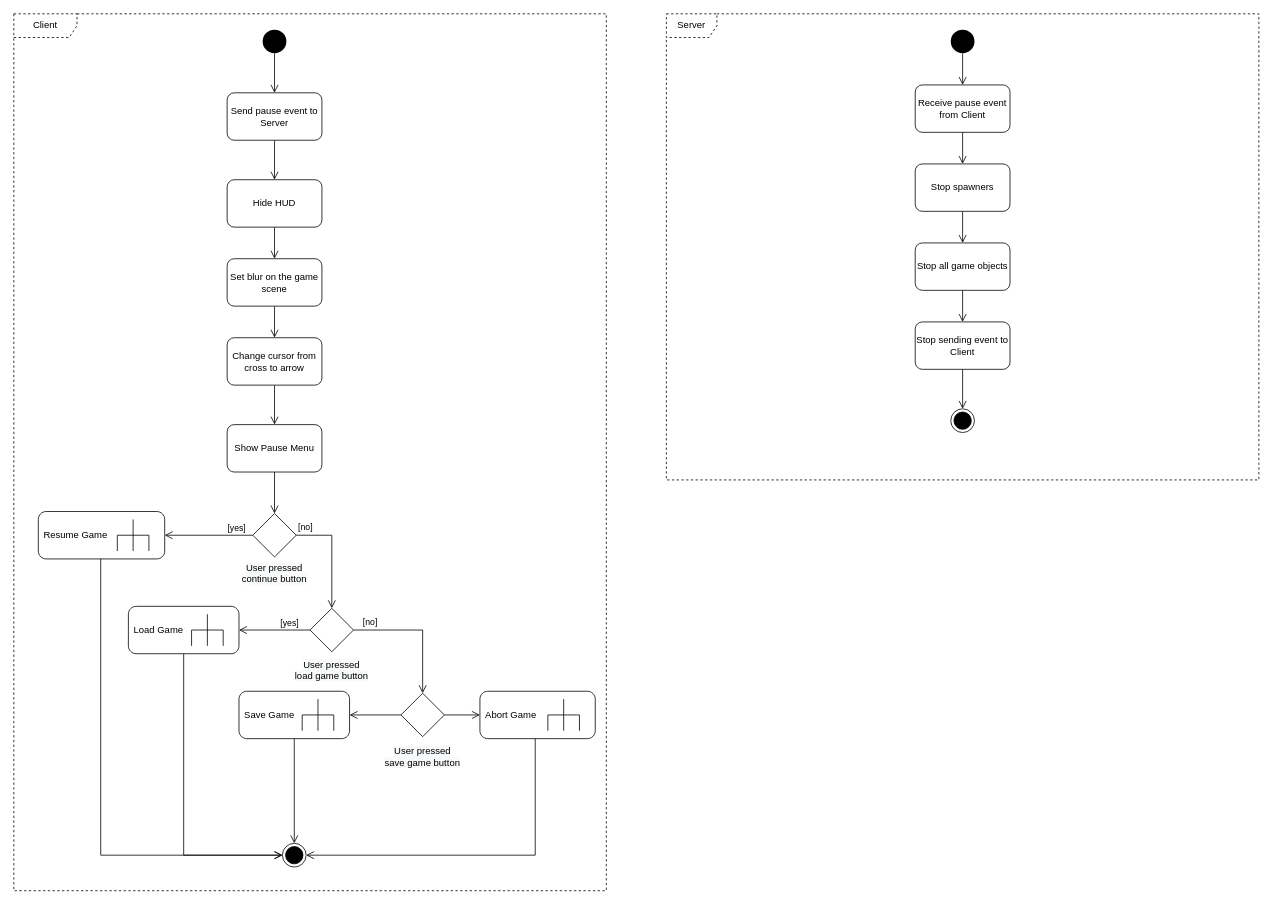
Above: doc/activity_diagrams/singleplayer/pause_game.drawio in TadekBiela/heisttown (draw.io), before the change. Source tidied: cells renumbered, new cells numbered last; positions are measured from the earlier drawing's top-left corner, leaving out a move shared by most shapes. Both pictures are drawn from the tidied source at 79%, with x=0, y=0 at pixel (13, 13).
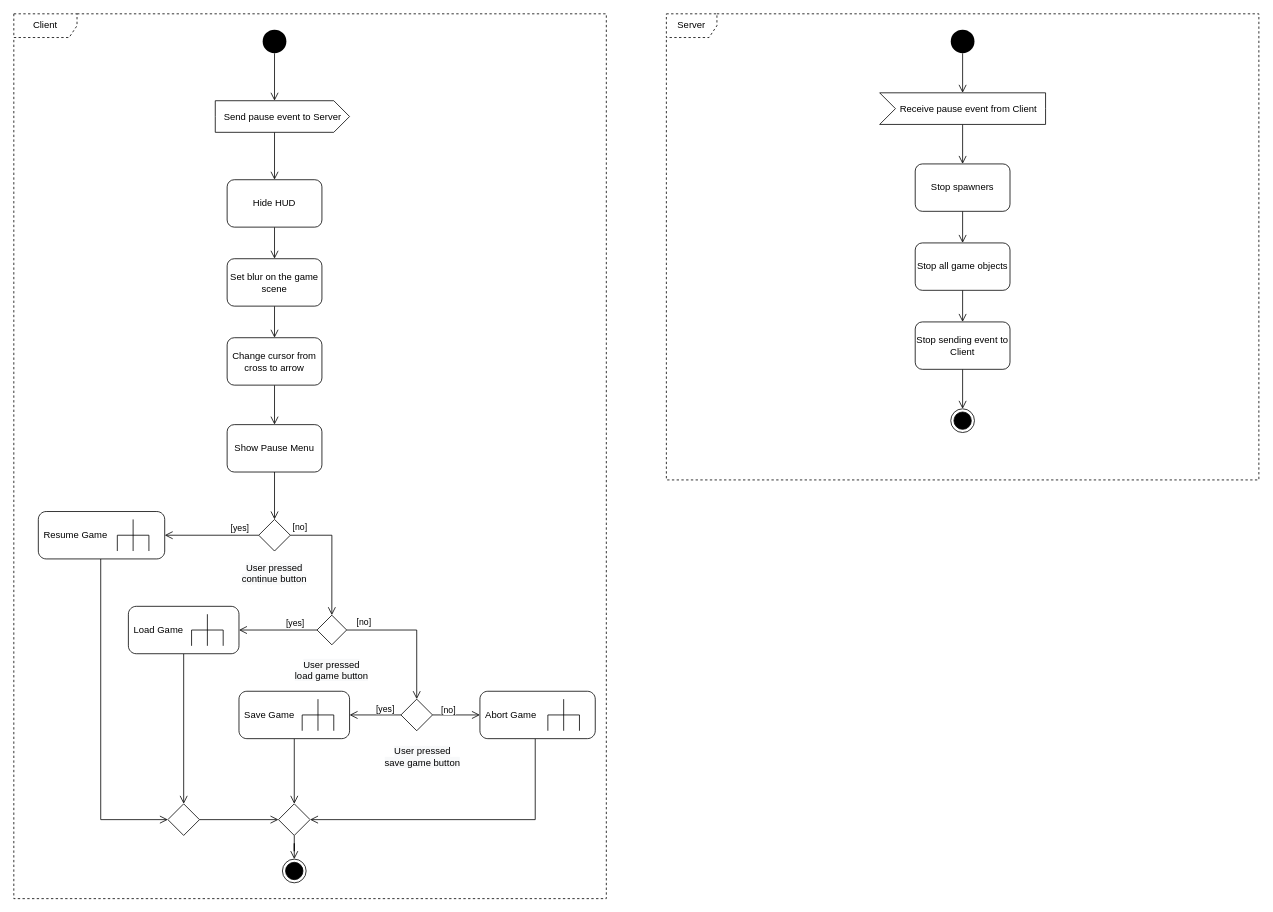
The same page after the edit.

Commit message (it also covers changes not shown here):
Update singleplayer pause game activity diagram to UML 2.0

Unchanged cells that the change refers to:
```xml
<mxCell id="8" value="Hide HUD" style="rounded=1;whiteSpace=wrap;html=1;strokeColor=#000000;" parent="1" vertex="1">
  <mxGeometry x="270" y="210" width="120" height="60" as="geometry" />
</mxCell>
<mxCell id="18" value="&lt;span style=&quot;text-align: center;&quot;&gt;Abort Game&lt;/span&gt;" style="shape=mxgraph.uml25.behaviorAction;html=1;rounded=1;absoluteArcSize=1;arcSize=10;align=left;spacingLeft=5;strokeColor=#000000;" parent="1" vertex="1">
  <mxGeometry x="590" y="857.5" width="146" height="60" as="geometry" />
</mxCell>
<mxCell id="20" value="&lt;span style=&quot;text-align: center;&quot;&gt;Resume Game&lt;/span&gt;" style="shape=mxgraph.uml25.behaviorAction;html=1;rounded=1;absoluteArcSize=1;arcSize=10;align=left;spacingLeft=5;strokeColor=#000000;" parent="1" vertex="1">
  <mxGeometry x="31" y="630" width="160" height="60" as="geometry" />
</mxCell>
<mxCell id="22" value="&lt;span style=&quot;text-align: center;&quot;&gt;Load Game&lt;/span&gt;" style="shape=mxgraph.uml25.behaviorAction;html=1;rounded=1;absoluteArcSize=1;arcSize=10;align=left;spacingLeft=5;strokeColor=#000000;" parent="1" vertex="1">
  <mxGeometry x="145" y="750" width="140" height="60" as="geometry" />
</mxCell>
<mxCell id="31" style="ellipse;fillColor=#000000;strokeColor=none;" parent="1" vertex="1">
  <mxGeometry x="315" y="20" width="30" height="30" as="geometry" />
</mxCell>
<mxCell id="33" style="ellipse;fillColor=#000000;strokeColor=none;" parent="1" vertex="1">
  <mxGeometry x="1186" y="20" width="30" height="30" as="geometry" />
</mxCell>
<mxCell id="37" value="Stop spawners" style="rounded=1;whiteSpace=wrap;html=1;strokeColor=#000000;" parent="1" vertex="1">
  <mxGeometry x="1141" y="190" width="120" height="60" as="geometry" />
</mxCell>
<mxCell id="48" value="&lt;span style=&quot;text-align: center;&quot;&gt;Save Game&lt;/span&gt;" style="shape=mxgraph.uml25.behaviorAction;html=1;rounded=1;absoluteArcSize=1;arcSize=10;align=left;spacingLeft=5;strokeColor=#000000;" parent="1" vertex="1">
  <mxGeometry x="285" y="857.5" width="140" height="60" as="geometry" />
</mxCell>
```

The edit, as a diff of the source:
```diff
@@
     <mxCell id="2" value="Client" style="shape=umlFrame;whiteSpace=wrap;html=1;strokeColor=#000000;width=80;height=30;dashed=1;" parent="1" vertex="1">
-      <mxGeometry width="750" height="1110" as="geometry" />
+      <mxGeometry width="750" height="1120" as="geometry" />
     </mxCell>
@@
-    <mxCell id="4" style="edgeStyle=orthogonalEdgeStyle;html=1;verticalAlign=bottom;endArrow=open;endSize=8;strokeColor=#000000;rounded=0;entryX=0.5;entryY=0;entryDx=0;entryDy=0;exitX=0.5;exitY=1;exitDx=0;exitDy=0;" parent="1" edge="1" source="31" target="6">
+    <mxCell id="4" style="edgeStyle=orthogonalEdgeStyle;html=1;verticalAlign=bottom;endArrow=open;endSize=8;strokeColor=#000000;rounded=0;entryX=0;entryY=0;entryDx=75;entryDy=0;exitX=0.5;exitY=1;exitDx=0;exitDy=0;entryPerimeter=0;" parent="1" edge="1" source="31" target="6">
       <mxGeometry relative="1" as="geometry" />
     </mxCell>
-    <mxCell id="5" style="edgeStyle=orthogonalEdgeStyle;rounded=0;jettySize=auto;html=1;entryX=0.5;entryY=0;entryDx=0;entryDy=0;strokeColor=#000000;endSize=8;endArrow=open;endFill=0;" parent="1" edge="1" source="6" target="8">
+    <mxCell id="5" style="edgeStyle=orthogonalEdgeStyle;rounded=0;jettySize=auto;html=1;entryX=0.5;entryY=0;entryDx=0;entryDy=0;strokeColor=#000000;endSize=8;endArrow=open;endFill=0;exitX=0;exitY=0;exitDx=75;exitDy=40;exitPerimeter=0;" parent="1" edge="1" source="6" target="8">
       <mxGeometry relative="1" as="geometry" />
     </mxCell>
-    <mxCell id="6" value="Send pause event to Server" style="rounded=1;whiteSpace=wrap;html=1;strokeColor=#000000;" parent="1" vertex="1">
-      <mxGeometry x="270" y="100" width="120" height="60" as="geometry" />
-    </mxCell>
@@
-    <mxCell id="17" style="edgeStyle=orthogonalEdgeStyle;rounded=0;jettySize=auto;html=1;entryX=1;entryY=0.5;entryDx=0;entryDy=0;endArrow=open;endFill=0;endSize=8;strokeColor=#000000;" parent="1" edge="1" source="18" target="30">
+    <mxCell id="17" style="edgeStyle=orthogonalEdgeStyle;rounded=0;jettySize=auto;html=1;entryX=1;entryY=0.5;entryDx=0;entryDy=0;endArrow=open;endFill=0;endSize=8;strokeColor=#000000;" parent="1" edge="1" source="18" target="50">
       <mxGeometry relative="1" as="geometry">
         <Array as="points">
-          <mxPoint x="660" y="1065" />
+          <mxPoint x="660" y="1020" />
         </Array>
       </mxGeometry>
     </mxCell>
@@
-    <mxCell id="19" style="edgeStyle=orthogonalEdgeStyle;rounded=0;jettySize=auto;html=1;entryX=0;entryY=0.5;entryDx=0;entryDy=0;endArrow=open;endFill=0;endSize=8;strokeColor=#000000;" parent="1" edge="1" source="20" target="30">
+    <mxCell id="19" style="edgeStyle=orthogonalEdgeStyle;rounded=0;jettySize=auto;html=1;entryX=0;entryY=0.5;entryDx=0;entryDy=0;endArrow=open;endFill=0;endSize=8;strokeColor=#000000;" parent="1" edge="1" source="20" target="52">
       <mxGeometry relative="1" as="geometry">
         <Array as="points">
-          <mxPoint x="110" y="1065" />
+          <mxPoint x="110" y="1020" />
         </Array>
       </mxGeometry>
     </mxCell>
@@
-    <mxCell id="21" style="edgeStyle=orthogonalEdgeStyle;rounded=0;jettySize=auto;html=1;entryX=0;entryY=0.5;entryDx=0;entryDy=0;endArrow=open;endFill=0;endSize=8;strokeColor=#000000;" parent="1" edge="1" source="22" target="30">
-      <mxGeometry relative="1" as="geometry">
-        <Array as="points">
-          <mxPoint x="215" y="1065" />
-        </Array>
-      </mxGeometry>
+    <mxCell id="21" style="edgeStyle=orthogonalEdgeStyle;rounded=0;jettySize=auto;html=1;entryX=0.5;entryY=0;entryDx=0;entryDy=0;endArrow=open;endFill=0;endSize=8;strokeColor=#000000;" parent="1" edge="1" source="22" target="52">
+      <mxGeometry relative="1" as="geometry" />
     </mxCell>
@@
     <mxCell id="24" style="rhombus;strokeColor=#000000;" parent="1" vertex="1">
-      <mxGeometry x="302.5" y="632.5" width="55" height="55" as="geometry" />
+      <mxGeometry x="310" y="640" width="40" height="40" as="geometry" />
     </mxCell>
@@
     <mxCell id="28" style="rhombus;strokeColor=#000000;" parent="1" vertex="1">
-      <mxGeometry x="375" y="752.5" width="55" height="55" as="geometry" />
+      <mxGeometry x="383.8" y="761.2" width="37.5" height="37.5" as="geometry" />
     </mxCell>
@@
     <mxCell id="30" style="ellipse;html=1;shape=endState;fillColor=#000000;strokeColor=#000000;direction=east;" parent="1" vertex="1">
-      <mxGeometry x="340" y="1050" width="30" height="30" as="geometry" />
+      <mxGeometry x="340" y="1070" width="30" height="30" as="geometry" />
     </mxCell>
@@
-    <mxCell id="32" style="edgeStyle=orthogonalEdgeStyle;rounded=0;jettySize=auto;html=1;entryX=0.5;entryY=0;entryDx=0;entryDy=0;endArrow=open;endFill=0;endSize=8;strokeColor=#000000;" parent="1" edge="1" source="33" target="35">
+    <mxCell id="32" style="edgeStyle=orthogonalEdgeStyle;rounded=0;jettySize=auto;html=1;endArrow=open;endFill=0;endSize=8;strokeColor=#000000;" parent="1" edge="1" source="33" target="35">
       <mxGeometry relative="1" as="geometry" />
     </mxCell>
@@
-    <mxCell id="34" style="edgeStyle=orthogonalEdgeStyle;rounded=0;jettySize=auto;html=1;entryX=0.5;entryY=0;entryDx=0;entryDy=0;endArrow=open;endFill=0;endSize=8;strokeColor=#000000;" parent="1" edge="1" source="35" target="37">
+    <mxCell id="34" style="edgeStyle=orthogonalEdgeStyle;rounded=0;jettySize=auto;html=1;entryX=0.5;entryY=0;entryDx=0;entryDy=0;endArrow=open;endFill=0;endSize=8;strokeColor=#000000;exitX=0;exitY=0;exitDx=105;exitDy=40;exitPerimeter=0;" parent="1" edge="1" source="35" target="37">
       <mxGeometry relative="1" as="geometry" />
     </mxCell>
-    <mxCell id="35" value="Receive pause event from Client" style="rounded=1;whiteSpace=wrap;html=1;strokeColor=#000000;" parent="1" vertex="1">
-      <mxGeometry x="1141" y="90" width="120" height="60" as="geometry" />
-    </mxCell>
@@
-    <mxCell id="43" style="edgeStyle=orthogonalEdgeStyle;rounded=0;jettySize=auto;html=1;endArrow=open;endFill=0;endSize=8;strokeColor=#000000;" parent="1" edge="1" source="45" target="48">
-      <mxGeometry relative="1" as="geometry" />
+    <mxCell id="43" value="[yes]" style="edgeStyle=orthogonalEdgeStyle;rounded=0;jettySize=auto;html=1;endArrow=open;endFill=0;endSize=8;strokeColor=#000000;" parent="1" edge="1" source="45" target="48">
+      <mxGeometry x="-0.38" y="-7" relative="1" as="geometry">
+        <mxPoint y="-1" as="offset" />
+      </mxGeometry>
     </mxCell>
-    <mxCell id="44" style="edgeStyle=orthogonalEdgeStyle;rounded=0;jettySize=auto;html=1;endArrow=open;endFill=0;endSize=8;strokeColor=#000000;" parent="1" edge="1" source="45" target="18">
-      <mxGeometry relative="1" as="geometry" />
+    <mxCell id="44" value="[no]" style="edgeStyle=orthogonalEdgeStyle;rounded=0;jettySize=auto;html=1;endArrow=open;endFill=0;endSize=8;strokeColor=#000000;" parent="1" edge="1" source="45" target="18">
+      <mxGeometry x="-0.33" y="8" relative="1" as="geometry">
+        <mxPoint y="1" as="offset" />
+      </mxGeometry>
     </mxCell>
     <mxCell id="45" style="rhombus;strokeColor=#000000;" parent="1" vertex="1">
-      <mxGeometry x="490" y="860" width="55" height="55" as="geometry" />
+      <mxGeometry x="490" y="867.5" width="40" height="40" as="geometry" />
     </mxCell>
@@
-    <mxCell id="47" style="edgeStyle=orthogonalEdgeStyle;rounded=0;jettySize=auto;html=1;endArrow=open;endFill=0;endSize=8;strokeColor=#000000;" parent="1" edge="1" source="48" target="30">
+    <mxCell id="47" style="edgeStyle=orthogonalEdgeStyle;rounded=0;jettySize=auto;html=1;endArrow=open;endFill=0;endSize=8;strokeColor=#000000;entryX=0.5;entryY=0;entryDx=0;entryDy=0;" parent="1" edge="1" source="48" target="50">
       <mxGeometry relative="1" as="geometry" />
     </mxCell>
@@
+    <mxCell id="49" style="edgeStyle=orthogonalEdgeStyle;rounded=0;jettySize=auto;html=1;entryX=0.5;entryY=0;entryDx=0;entryDy=0;endArrow=open;endFill=0;endSize=8;strokeColor=#000000;" parent="1" edge="1" source="50" target="30">
+      <mxGeometry relative="1" as="geometry" />
+    </mxCell>
+    <mxCell id="50" style="rhombus;strokeColor=#000000;" parent="1" vertex="1">
+      <mxGeometry x="335" y="1000" width="40" height="40" as="geometry" />
+    </mxCell>
+    <mxCell id="51" style="edgeStyle=orthogonalEdgeStyle;rounded=0;jettySize=auto;html=1;entryX=0;entryY=0.5;entryDx=0;entryDy=0;endArrow=open;endFill=0;endSize=8;strokeColor=#000000;" parent="1" edge="1" source="52" target="50">
+      <mxGeometry relative="1" as="geometry" />
+    </mxCell>
+    <mxCell id="52" style="rhombus;strokeColor=#000000;" parent="1" vertex="1">
+      <mxGeometry x="195" y="1000" width="40" height="40" as="geometry" />
+    </mxCell>
+    <mxCell id="6" value="&lt;span style=&quot;font-size: 12px;&quot;&gt;Send pause event to Server&lt;/span&gt;" style="html=1;shape=mxgraph.infographic.ribbonSimple;notch1=0;notch2=20;align=center;verticalAlign=middle;fontSize=14;fontStyle=0;fillColor=#FFFFFF;strokeColor=#000000;" parent="1" vertex="1">
+      <mxGeometry x="255" y="110" width="170" height="40" as="geometry" />
+    </mxCell>
+    <mxCell id="35" value="&lt;span style=&quot;font-size: 12px;&quot;&gt;Receive pause event from Client&lt;/span&gt;" style="html=1;shape=mxgraph.infographic.ribbonSimple;notch1=20;notch2=0;align=center;verticalAlign=middle;fontSize=14;fontStyle=0;fillColor=#FFFFFF;flipH=0;spacingRight=0;spacingLeft=14;strokeColor=#000000;" parent="1" vertex="1">
+      <mxGeometry x="1096" y="100" width="210" height="40" as="geometry" />
+    </mxCell>
```
